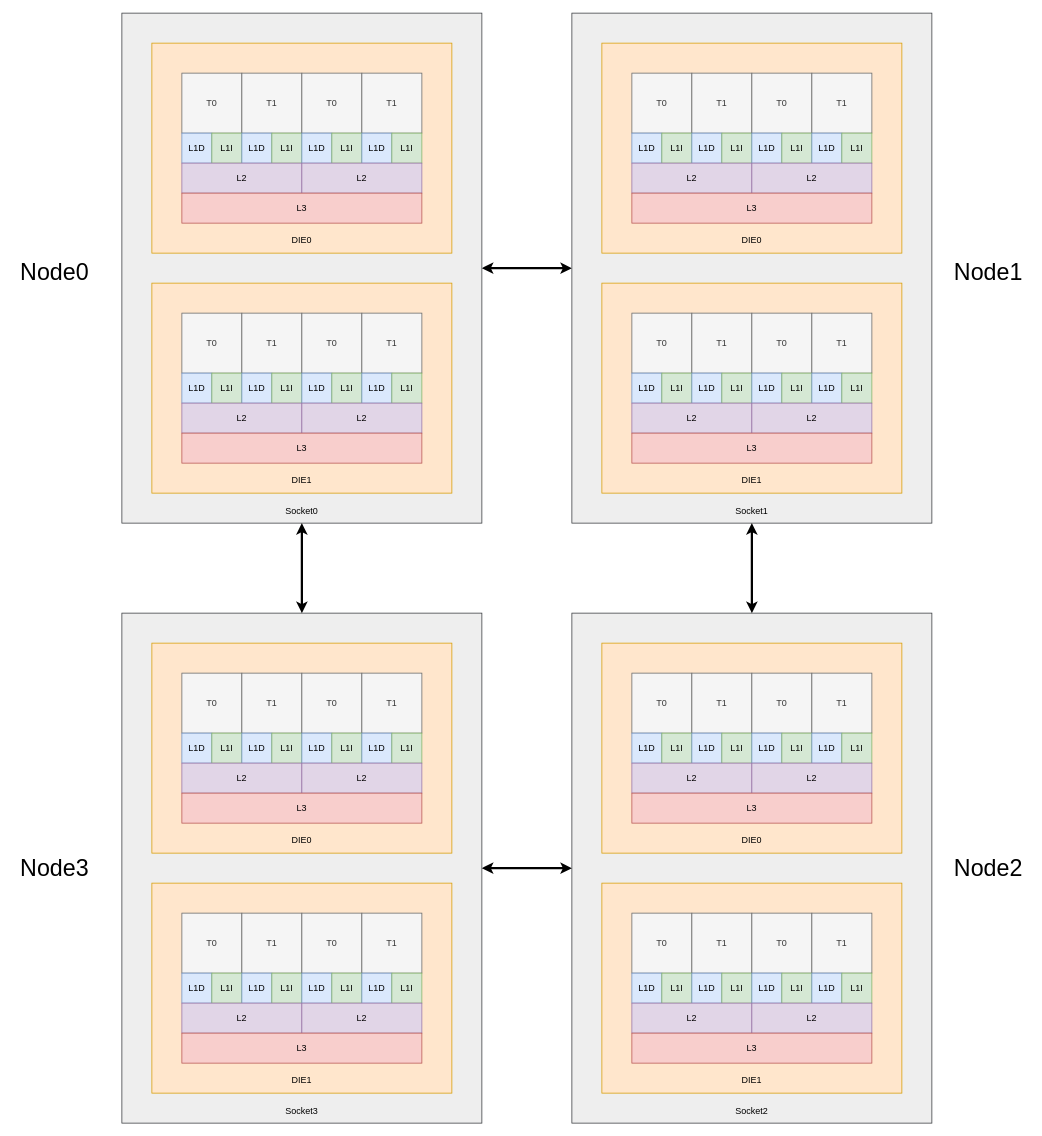
Above: page "第 8 页" (8 of 8) of 框图.drawio in pengdonglin137/Arch_Picture (draw.io), before the change. Source tidied: cells renumbered, new cells numbered last; positions are measured from the earlier drawing's top-left corner, leaving out a move shared by most shapes. Both pictures are drawn from the tidied source at 75%, with x=0, y=0 at pixel (13, 13).
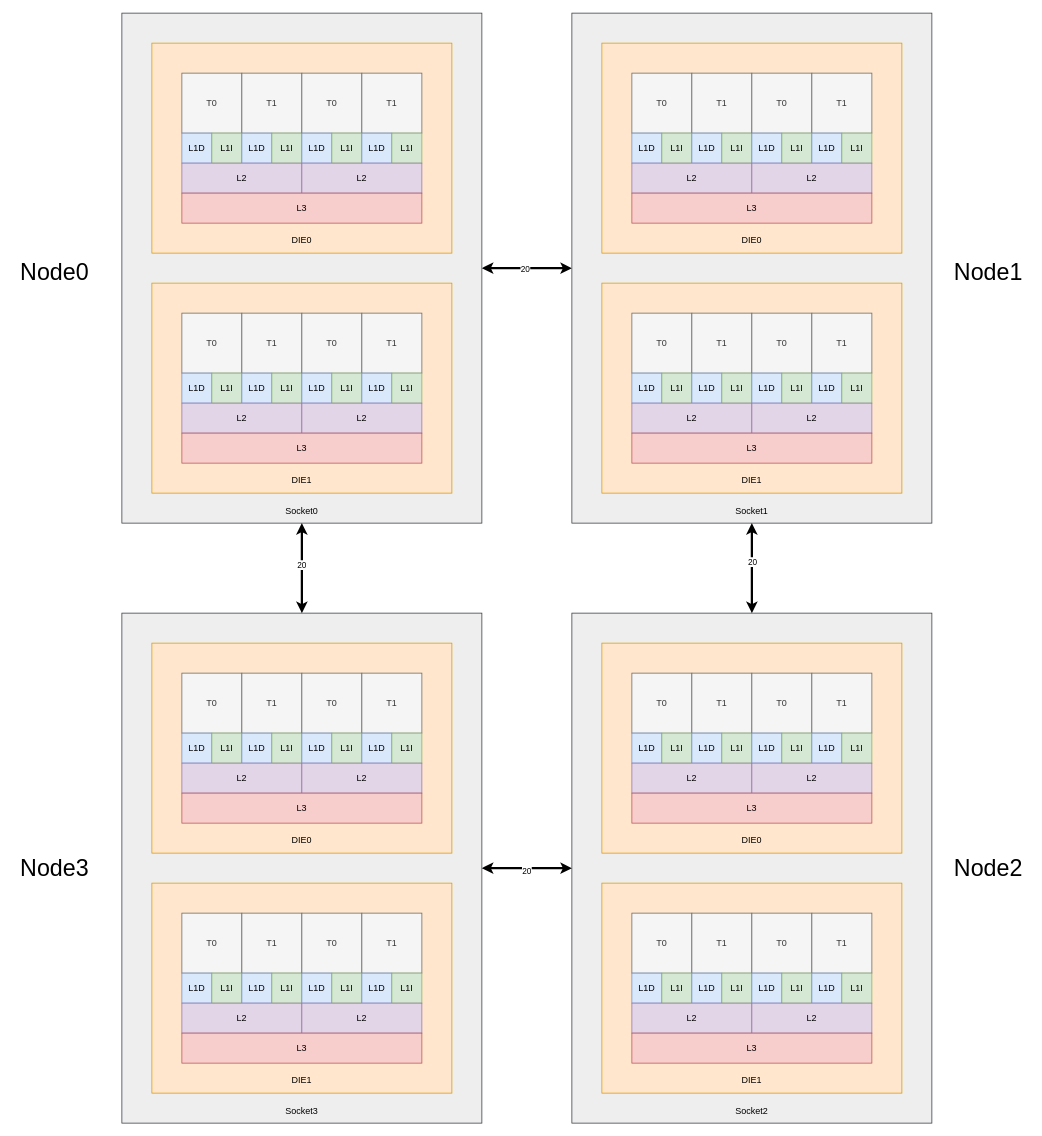
The same page after the edit.

Unchanged cells that the change refers to:
```xml
<mxCell id="3" style="edgeStyle=orthogonalEdgeStyle;rounded=0;jettySize=auto;html=1;exitX=1;exitY=0.5;exitDx=0;exitDy=0;strokeWidth=3;startArrow=classic;startFill=1;" parent="2" edge="1" source="4">
  <mxGeometry relative="1" as="geometry">
    <mxPoint x="600" y="340" as="targetPoint" />
  </mxGeometry>
</mxCell>
<mxCell id="139" style="edgeStyle=orthogonalEdgeStyle;rounded=0;jettySize=auto;html=1;exitX=0.5;exitY=1;exitDx=0;exitDy=0;entryX=0.5;entryY=0;entryDx=0;entryDy=0;startArrow=classic;startFill=1;strokeWidth=3;" parent="1" edge="1" source="38" target="106">
  <mxGeometry relative="1" as="geometry" />
</mxCell>
<mxCell id="140" style="edgeStyle=orthogonalEdgeStyle;rounded=0;jettySize=auto;html=1;exitX=0;exitY=0.5;exitDx=0;exitDy=0;entryX=1;entryY=0.5;entryDx=0;entryDy=0;strokeWidth=3;startArrow=classic;startFill=1;" parent="1" edge="1" source="106" target="72">
  <mxGeometry relative="1" as="geometry" />
</mxCell>
<mxCell id="141" style="edgeStyle=orthogonalEdgeStyle;rounded=0;jettySize=auto;html=1;exitX=0.5;exitY=0;exitDx=0;exitDy=0;entryX=0.5;entryY=1;entryDx=0;entryDy=0;strokeWidth=3;startArrow=classic;startFill=1;" parent="1" edge="1" source="72" target="4">
  <mxGeometry relative="1" as="geometry" />
</mxCell>
```

What changed in the source:
```diff
@@
+    <mxCell id="146" value="20" style="edgeLabel;html=1;align=center;verticalAlign=middle;" parent="3" vertex="1">
+      <mxGeometry x="-0.06" relative="1" as="geometry" />
+    </mxCell>
@@
+    <mxCell id="147" value="20" style="edgeLabel;html=1;align=center;verticalAlign=middle;" parent="139" vertex="1">
+      <mxGeometry x="-0.15" relative="1" as="geometry" />
+    </mxCell>
@@
+    <mxCell id="148" value="20" style="edgeLabel;html=1;align=center;verticalAlign=middle;" parent="140" vertex="1">
+      <mxGeometry x="0.02" y="3" relative="1" as="geometry" />
+    </mxCell>
@@
+    <mxCell id="149" value="20" style="edgeLabel;html=1;align=center;verticalAlign=middle;" parent="141" vertex="1">
+      <mxGeometry x="0.08" y="1" relative="1" as="geometry" />
+    </mxCell>
```
